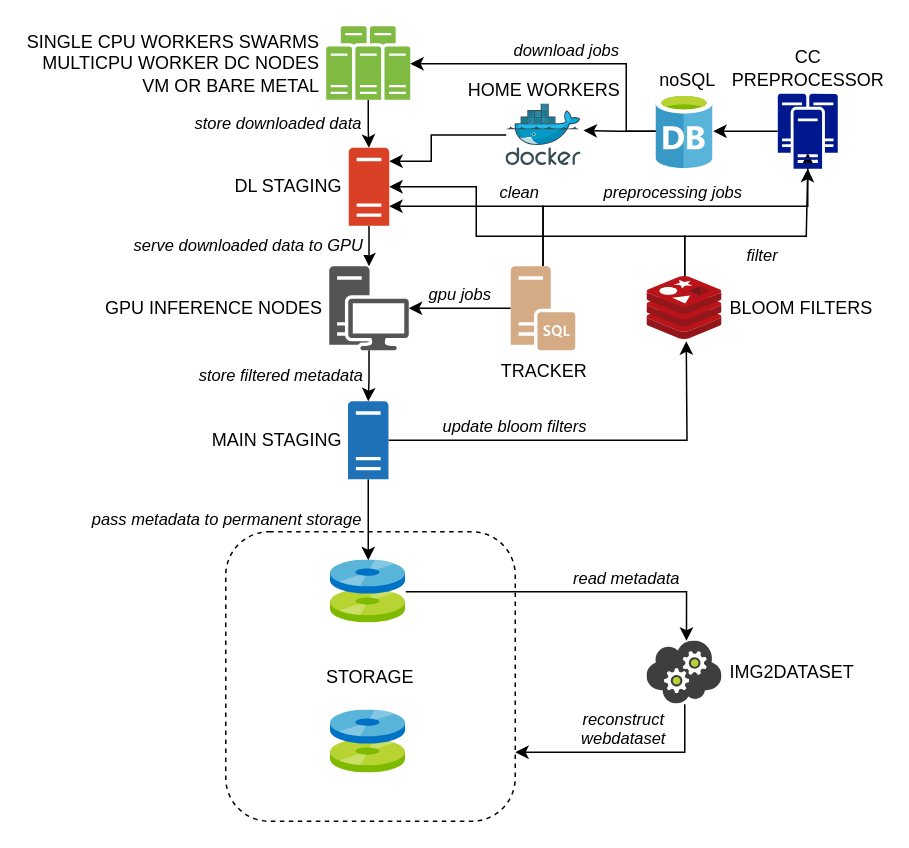
Before: helpers/3stage_architecture_white.drawio in rvencu/crawlingathome-gpu-hcloud, a draw.io diagram. Source tidied: cells renumbered, new cells numbered last; positions are measured from the earlier drawing's top-left corner, leaving out a move shared by most shapes. Both pictures are drawn from the tidied source at 150%, with x=0, y=0 at pixel (225, 26).
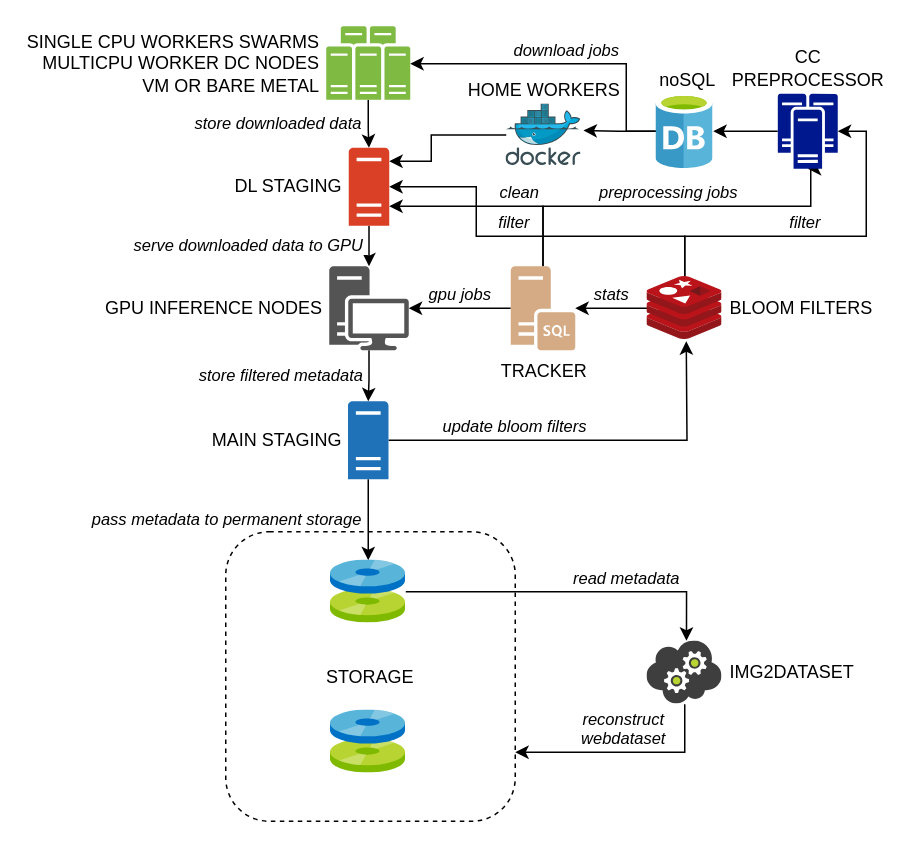
The same page after the edit.

The change refers to these unchanged cells:
```xml
<mxCell id="4" value="&amp;nbsp;BLOOM FILTERS" style="html=1;points=[];align=left;image;fontSize=12;image=img/lib/mscae/Cache_Redis_Product.svg;labelPosition=right;verticalLabelPosition=middle;verticalAlign=middle;labelBackgroundColor=none;" parent="1" vertex="1">
  <mxGeometry x="281" y="167" width="50" height="42" as="geometry" />
</mxCell>
<mxCell id="13" value="DL STAGING&amp;nbsp;" style="shadow=0;dashed=0;html=1;strokeColor=none;labelPosition=left;verticalLabelPosition=middle;verticalAlign=middle;outlineConnect=0;align=right;shape=mxgraph.office.servers.server_generic;fillColor=#DA4026;" parent="1" vertex="1">
  <mxGeometry x="82" y="81" width="27" height="52" as="geometry" />
</mxCell>
<mxCell id="25" value="TRACKER" style="shadow=0;dashed=0;html=1;strokeColor=none;labelPosition=center;verticalLabelPosition=bottom;verticalAlign=top;outlineConnect=0;align=center;shape=mxgraph.office.servers.sql_server;fillColor=#D4AB84;" parent="1" vertex="1">
  <mxGeometry x="190" y="160" width="43" height="56" as="geometry" />
</mxCell>
<mxCell id="30" value="CC &lt;br&gt;PREPROCESSOR" style="sketch=0;shadow=0;dashed=0;html=1;strokeColor=none;labelPosition=center;verticalLabelPosition=top;verticalAlign=bottom;align=center;fillColor=#00188D;shape=mxgraph.mscae.enterprise.cluster_server;rounded=1;" parent="1" vertex="1">
  <mxGeometry x="368" y="45" width="40" height="50" as="geometry" />
</mxCell>
```

The edit, as a diff of the source:
```diff
@@
-    <mxCell id="2" value="&amp;nbsp;filter" style="edgeStyle=orthogonalEdgeStyle;rounded=0;jettySize=auto;html=1;labelPosition=center;verticalLabelPosition=bottom;align=center;verticalAlign=top;entryX=0.5;entryY=1;entryDx=0;entryDy=0;entryPerimeter=0;fontStyle=2;" parent="1" edge="1" source="4" target="30">
+    <mxCell id="2" value="&amp;nbsp;filter" style="edgeStyle=orthogonalEdgeStyle;rounded=0;jettySize=auto;html=1;labelPosition=left;verticalLabelPosition=top;align=right;verticalAlign=bottom;fontStyle=2;entryX=1;entryY=0.5;entryDx=0;entryDy=0;entryPerimeter=0;" parent="1" edge="1" source="4" target="30">
       <mxGeometry relative="1" as="geometry">
         <Array as="points">
           <mxPoint x="306" y="140" />
-          <mxPoint x="387" y="140" />
+          <mxPoint x="427" y="140" />
+          <mxPoint x="427" y="70" />
         </Array>
       </mxGeometry>
     </mxCell>
-    <mxCell id="3" style="edgeStyle=orthogonalEdgeStyle;rounded=0;jettySize=auto;html=1;" parent="1" edge="1" source="4" target="13">
+    <mxCell id="3" value="filter" style="edgeStyle=orthogonalEdgeStyle;rounded=0;jettySize=auto;html=1;labelPosition=left;verticalLabelPosition=top;align=right;verticalAlign=bottom;fontStyle=2;" parent="1" edge="1" source="4" target="13">
       <mxGeometry relative="1" as="geometry">
         <Array as="points">
           <mxPoint x="306" y="140" />
           <mxPoint x="167" y="140" />
           <mxPoint x="167" y="107" />
         </Array>
       </mxGeometry>
     </mxCell>
+    <mxCell id="31" value="stats" style="edgeStyle=orthogonalEdgeStyle;rounded=0;jettySize=auto;html=1;fontColor=#000000;fontStyle=2;labelPosition=center;verticalLabelPosition=top;align=center;verticalAlign=bottom;" parent="1" edge="1" source="4" target="25">
+      <mxGeometry relative="1" as="geometry" />
+    </mxCell>
@@
-    <mxCell id="24" value="preprocessing jobs" style="edgeStyle=orthogonalEdgeStyle;rounded=0;jettySize=auto;html=1;entryX=0.5;entryY=0.79;entryDx=0;entryDy=0;entryPerimeter=0;labelPosition=center;verticalLabelPosition=top;align=center;verticalAlign=bottom;fontStyle=2;" parent="1" edge="1" source="25" target="30">
+    <mxCell id="24" value="preprocessing jobs" style="edgeStyle=orthogonalEdgeStyle;rounded=0;jettySize=auto;html=1;labelPosition=center;verticalLabelPosition=top;align=center;verticalAlign=bottom;fontStyle=2;entryX=0.5;entryY=1;entryDx=0;entryDy=0;entryPerimeter=0;" parent="1" edge="1" source="25" target="30">
       <mxGeometry relative="1" as="geometry">
         <Array as="points">
           <mxPoint x="212" y="120" />
-          <mxPoint x="388" y="120" />
+          <mxPoint x="390" y="120" />
+          <mxPoint x="390" y="95" />
         </Array>
       </mxGeometry>
     </mxCell>
```
